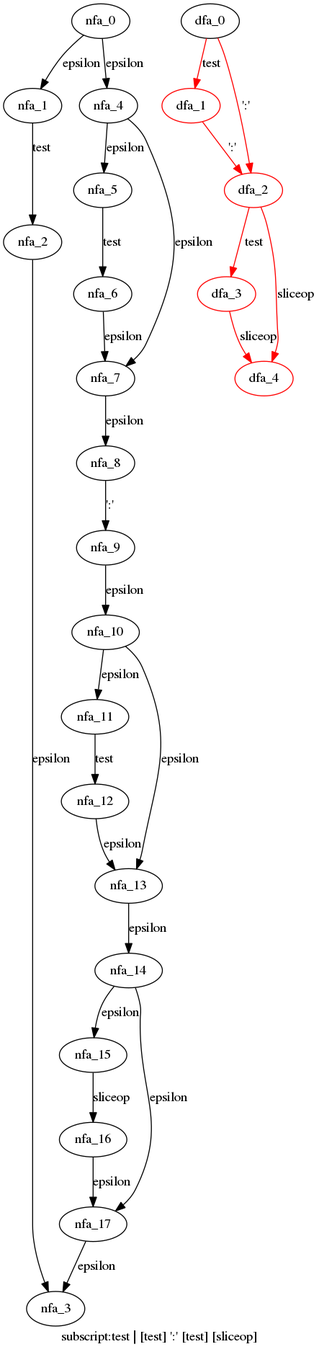
WinChua/blog keeps this Graphviz diagram as cpython/grammar/handwrite/nfa_dfas/73.subscript.dot.png. Above is the earlier version. Its source is kept beside it as cpython/grammar/handwrite/nfa_dfas/73.subscript.dot. Source of this version:
```dot
digraph subscript {
 graph[label="subscript:test | [test] ':' [test] [sliceop]"]
 subgraph subscript_nfa {
  nfa_0->nfa_1[label="epsilon"]
  nfa_1->nfa_2[label="test"]
  nfa_2->nfa_3[label="epsilon"]
  nfa_0->nfa_4[label="epsilon"]
  nfa_4->nfa_5[label="epsilon"]
  nfa_5->nfa_6[label="test"]
  nfa_6->nfa_7[label="epsilon"]
  nfa_7->nfa_8[label="epsilon"]
  nfa_8->nfa_9[label="':'"]
  nfa_9->nfa_10[label="epsilon"]
  nfa_10->nfa_11[label="epsilon"]
  nfa_11->nfa_12[label="test"]
  nfa_12->nfa_13[label="epsilon"]
  nfa_13->nfa_14[label="epsilon"]
  nfa_14->nfa_15[label="epsilon"]
  nfa_15->nfa_16[label="sliceop"]
  nfa_16->nfa_17[label="epsilon"]
  nfa_17->nfa_3[label="epsilon"]
  nfa_14->nfa_17[label="epsilon"]
  nfa_10->nfa_13[label="epsilon"]
  nfa_4->nfa_7[label="epsilon"]
  }
 subgraph subscript_dfa {
  dfa_0->dfa_1[label="test",color=red]
  dfa_1->dfa_2[label="':'",color=red]
  dfa_2->dfa_3[label="test",color=red]
  dfa_3->dfa_4[label="sliceop",color=red]
  dfa_2->dfa_4[label="sliceop",color=red]
  dfa_0->dfa_2[label="':'",color=red]
  dfa_1[color=red]
  dfa_2[color=red]
  dfa_3[color=red]
  dfa_4[color=red]
  }
}
```
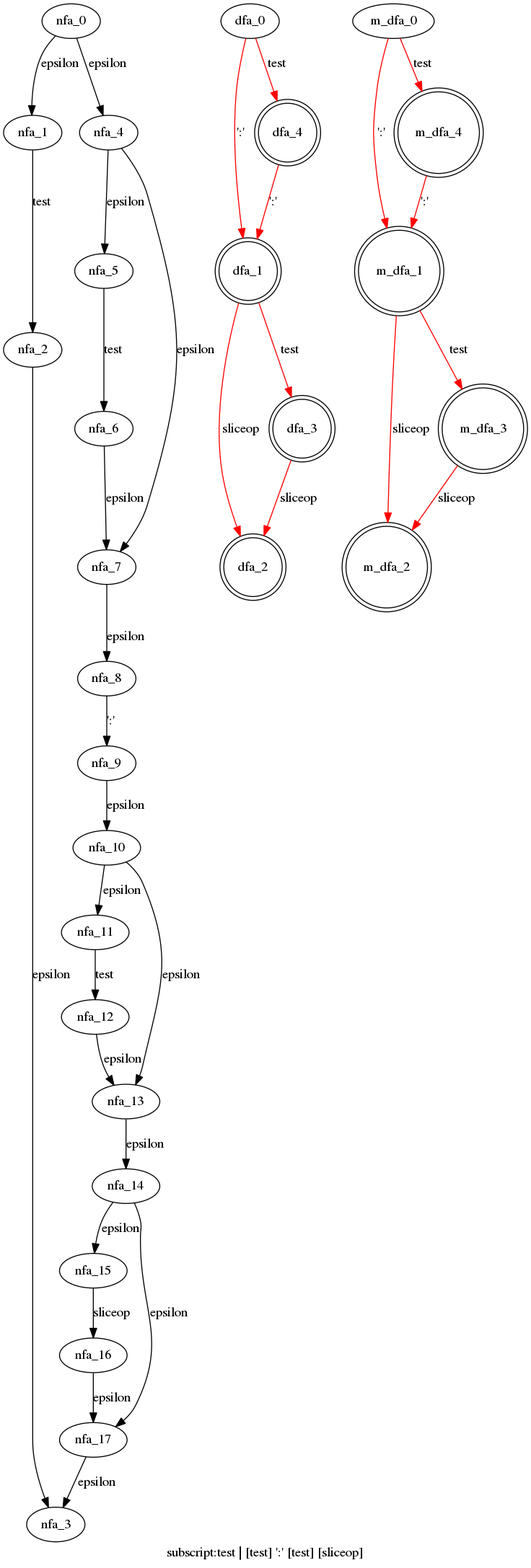
Later version of the same file.

Change to the diagram source:
```diff
@@ -24,15 +24,27 @@
   nfa_4->nfa_7[label="epsilon"]
   }
  subgraph subscript_dfa {
-  dfa_0->dfa_1[label="test",color=red]
-  dfa_1->dfa_2[label="':'",color=red]
-  dfa_2->dfa_3[label="test",color=red]
-  dfa_3->dfa_4[label="sliceop",color=red]
-  dfa_2->dfa_4[label="sliceop",color=red]
-  dfa_0->dfa_2[label="':'",color=red]
-  dfa_1[color=red]
-  dfa_2[color=red]
-  dfa_3[color=red]
-  dfa_4[color=red]
+  dfa_0->dfa_1[label="':'",color=red]
+  dfa_1->dfa_2[label="sliceop",color=red]
+  dfa_1->dfa_3[label="test",color=red]
+  dfa_3->dfa_2[label="sliceop",color=red]
+  dfa_0->dfa_4[label="test",color=red]
+  dfa_4->dfa_1[label="':'",color=red]
+  dfa_1[shape=doublecircle]
+  dfa_2[shape=doublecircle]
+  dfa_3[shape=doublecircle]
+  dfa_4[shape=doublecircle]
+  }
+ subgraph subscript_m_dfa {
+  m_dfa_0->m_dfa_1[label="':'",color=red]
+  m_dfa_1->m_dfa_2[label="sliceop",color=red]
+  m_dfa_1->m_dfa_3[label="test",color=red]
+  m_dfa_3->m_dfa_2[label="sliceop",color=red]
+  m_dfa_0->m_dfa_4[label="test",color=red]
+  m_dfa_4->m_dfa_1[label="':'",color=red]
+  m_dfa_1[shape=doublecircle]
+  m_dfa_2[shape=doublecircle]
+  m_dfa_3[shape=doublecircle]
+  m_dfa_4[shape=doublecircle]
   }
 }
```
